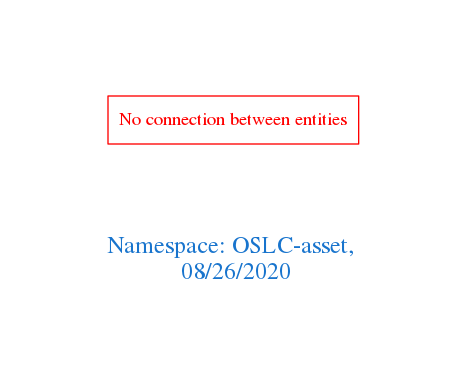
Earlier version of the Graphviz export downloads/OSLC-asset.png (arago/OGIT). Its source is kept beside it as downloads/OSLC-asset.dot.
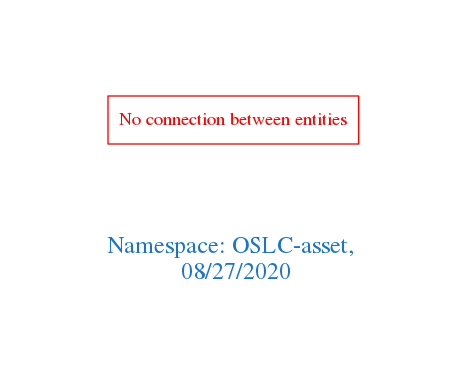
The same file after the commit.

What changed in the source:
```diff
@@ -1,7 +1,7 @@
 digraph OGIT_ontology {
  graph [ rankdir= LR,pad=1
 fontsize = 18,
-fontcolor= dodgerblue3,label = "\n\n\nNamespace: OSLC-asset, \n 08/26/2020"];
+fontcolor= dodgerblue3,label = "\n\n\nNamespace: OSLC-asset, \n 08/27/2020"];
 node[shape=polygon];
 edge [  color="gray81"];
 
```
